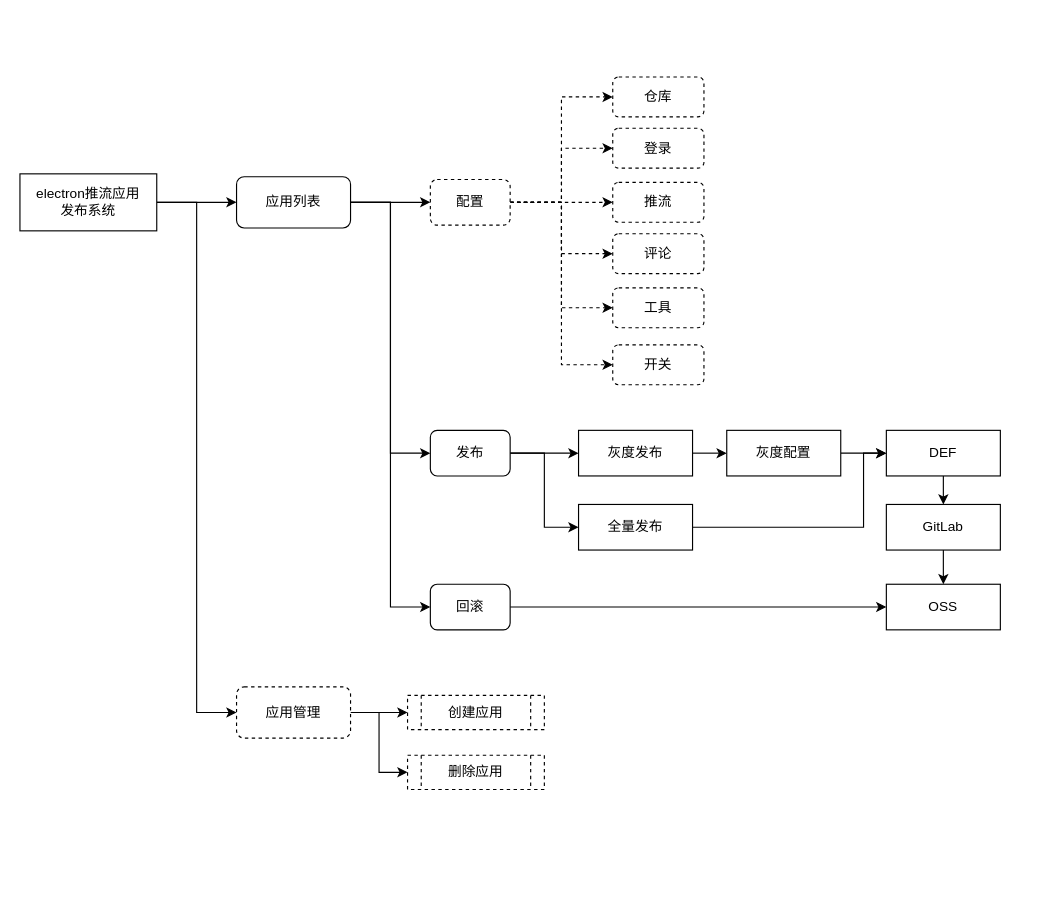
Above: publish.drawio in git-zhanglei/gitskills (draw.io), before the change. Source tidied: cells renumbered, new cells numbered last; positions are measured from the earlier drawing's top-left corner, leaving out a move shared by most shapes. Both pictures are drawn from the tidied source at 114%, with x=0, y=0 at pixel (19, 76).
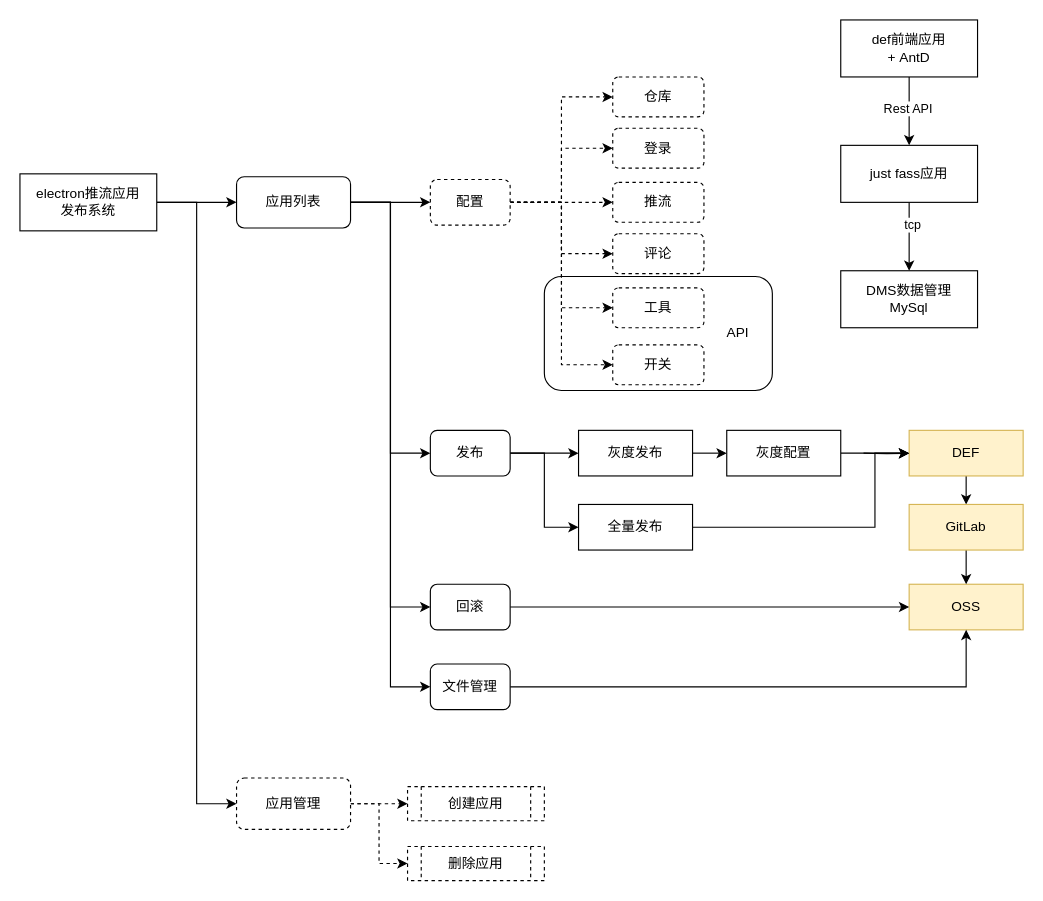
The same page after the edit.

Unchanged cells that the change refers to:
```xml
<mxCell id="29" value="应用列表" style="rounded=1;whiteSpace=wrap;html=1;" parent="1" vertex="1">
  <mxGeometry x="190" y="87.5" width="100" height="45" as="geometry" />
</mxCell>
<mxCell id="40" value="全量发布" style="rounded=0;whiteSpace=wrap;html=1;" parent="1" vertex="1">
  <mxGeometry x="490" y="375" width="100" height="40" as="geometry" />
</mxCell>
<mxCell id="42" value="灰度配置" style="rounded=0;whiteSpace=wrap;html=1;" parent="1" vertex="1">
  <mxGeometry x="620" y="310" width="100" height="40" as="geometry" />
</mxCell>
```

Change to the diagram source:
```diff
@@
+    <mxCell id="43" style="rounded=1;whiteSpace=wrap;html=1;" parent="1" vertex="1">
+      <mxGeometry x="460" y="175" width="200" height="100" as="geometry" />
+    </mxCell>
@@
-    <mxCell id="6" value="DEF" style="rounded=0;whiteSpace=wrap;html=1;" parent="1" vertex="1">
-      <mxGeometry x="760" y="310" width="100" height="40" as="geometry" />
+    <mxCell id="6" value="DEF" style="rounded=0;whiteSpace=wrap;html=1;fillColor=#fff2cc;strokeColor=#d6b656;" parent="1" vertex="1">
+      <mxGeometry x="780" y="310" width="100" height="40" as="geometry" />
     </mxCell>
-    <mxCell id="7" value="OSS" style="rounded=0;whiteSpace=wrap;html=1;" parent="1" vertex="1">
-      <mxGeometry x="760" y="445" width="100" height="40" as="geometry" />
+    <mxCell id="7" value="OSS" style="rounded=0;whiteSpace=wrap;html=1;fillColor=#fff2cc;strokeColor=#d6b656;" parent="1" vertex="1">
+      <mxGeometry x="780" y="445" width="100" height="40" as="geometry" />
     </mxCell>
@@
-    <mxCell id="14" value="GitLab" style="rounded=0;whiteSpace=wrap;html=1;" parent="1" vertex="1">
-      <mxGeometry x="760" y="375" width="100" height="40" as="geometry" />
+    <mxCell id="14" value="GitLab" style="rounded=0;whiteSpace=wrap;html=1;fillColor=#fff2cc;strokeColor=#d6b656;" parent="1" vertex="1">
+      <mxGeometry x="780" y="375" width="100" height="40" as="geometry" />
     </mxCell>
@@
+    <mxCell id="44" style="edgeStyle=orthogonalEdgeStyle;rounded=0;jettySize=auto;html=1;exitX=1;exitY=0.5;exitDx=0;exitDy=0;entryX=0;entryY=0.5;entryDx=0;entryDy=0;" parent="1" edge="1" source="29" target="55">
+      <mxGeometry relative="1" as="geometry" />
+    </mxCell>
@@
-    <mxCell id="30" style="edgeStyle=orthogonalEdgeStyle;rounded=0;jettySize=auto;html=1;" parent="1" edge="1" source="32">
+    <mxCell id="30" style="edgeStyle=orthogonalEdgeStyle;rounded=0;jettySize=auto;html=1;dashed=1;" parent="1" edge="1" source="32">
       <mxGeometry relative="1" as="geometry">
-        <mxPoint x="340" y="557.5" as="targetPoint" />
+        <mxPoint x="340" y="637.5" as="targetPoint" />
       </mxGeometry>
     </mxCell>
-    <mxCell id="31" style="edgeStyle=orthogonalEdgeStyle;rounded=0;jettySize=auto;html=1;exitX=1;exitY=0.5;exitDx=0;exitDy=0;entryX=0;entryY=0.5;entryDx=0;entryDy=0;" parent="1" edge="1" source="32" target="35">
+    <mxCell id="31" style="edgeStyle=orthogonalEdgeStyle;rounded=0;jettySize=auto;html=1;exitX=1;exitY=0.5;exitDx=0;exitDy=0;entryX=0;entryY=0.5;entryDx=0;entryDy=0;dashed=1;" parent="1" edge="1" source="32" target="35">
       <mxGeometry relative="1" as="geometry" />
     </mxCell>
     <mxCell id="32" value="应用管理" style="rounded=1;whiteSpace=wrap;html=1;dashed=1;" parent="1" vertex="1">
-      <mxGeometry x="190" y="535" width="100" height="45" as="geometry" />
+      <mxGeometry x="190" y="615" width="100" height="45" as="geometry" />
     </mxCell>
@@
     <mxCell id="34" value="创建应用" style="shape=process;whiteSpace=wrap;html=1;backgroundOutline=1;dashed=1;" parent="1" vertex="1">
-      <mxGeometry x="340" y="542.5" width="120" height="30" as="geometry" />
+      <mxGeometry x="340" y="622.5" width="120" height="30" as="geometry" />
     </mxCell>
     <mxCell id="35" value="删除应用" style="shape=process;whiteSpace=wrap;html=1;backgroundOutline=1;dashed=1;" parent="1" vertex="1">
-      <mxGeometry x="340" y="595" width="120" height="30" as="geometry" />
+      <mxGeometry x="340" y="675" width="120" height="30" as="geometry" />
     </mxCell>
@@
     <mxCell id="39" style="edgeStyle=orthogonalEdgeStyle;rounded=0;jettySize=auto;html=1;exitX=1;exitY=0.5;exitDx=0;exitDy=0;entryX=0;entryY=0.5;entryDx=0;entryDy=0;" parent="1" edge="1" source="40" target="6">
       <mxGeometry relative="1" as="geometry">
         <Array as="points">
-          <mxPoint x="740" y="395" />
-          <mxPoint x="740" y="330" />
+          <mxPoint x="750" y="395" />
+          <mxPoint x="750" y="330" />
         </Array>
       </mxGeometry>
     </mxCell>
@@
-    <mxCell id="41" style="edgeStyle=orthogonalEdgeStyle;rounded=0;jettySize=auto;html=1;exitX=1;exitY=0.5;exitDx=0;exitDy=0;" parent="1" edge="1" source="42">
+    <mxCell id="41" style="edgeStyle=orthogonalEdgeStyle;rounded=0;orthogonalLoop=1;jettySize=auto;html=1;exitX=1;exitY=0.5;exitDx=0;exitDy=0;" parent="1" edge="1">
       <mxGeometry relative="1" as="geometry">
-        <mxPoint x="760" y="330" as="targetPoint" />
+        <mxPoint x="740" y="330" as="sourcePoint" />
+        <mxPoint x="780" y="330" as="targetPoint" />
       </mxGeometry>
     </mxCell>
+    <mxCell id="45" style="edgeStyle=orthogonalEdgeStyle;rounded=0;jettySize=auto;html=1;exitX=1;exitY=0.5;exitDx=0;exitDy=0;entryX=0;entryY=0.5;entryDx=0;entryDy=0;" parent="1" edge="1" source="42" target="6">
+      <mxGeometry relative="1" as="geometry" />
+    </mxCell>
@@
+    <mxCell id="46" style="edgeStyle=orthogonalEdgeStyle;rounded=0;jettySize=auto;html=1;exitX=0.5;exitY=1;exitDx=0;exitDy=0;" parent="1" edge="1" source="48" target="51">
+      <mxGeometry relative="1" as="geometry" />
+    </mxCell>
+    <mxCell id="47" value="Rest API" style="edgeLabel;html=1;align=center;verticalAlign=middle;" parent="46" vertex="1">
+      <mxGeometry x="-0.1" y="-2" relative="1" as="geometry" />
+    </mxCell>
+    <mxCell id="48" value="def前端应用&lt;br&gt;+ AntD" style="rounded=0;whiteSpace=wrap;html=1;" parent="1" vertex="1">
+      <mxGeometry x="720" y="-50" width="120" height="50" as="geometry" />
+    </mxCell>
+    <mxCell id="49" style="edgeStyle=orthogonalEdgeStyle;rounded=0;jettySize=auto;html=1;exitX=0.5;exitY=1;exitDx=0;exitDy=0;entryX=0.5;entryY=0;entryDx=0;entryDy=0;" parent="1" edge="1" source="51" target="52">
+      <mxGeometry relative="1" as="geometry" />
+    </mxCell>
+    <mxCell id="50" value="tcp" style="edgeLabel;html=1;align=center;verticalAlign=middle;" parent="49" vertex="1">
+      <mxGeometry x="-0.37" y="2" relative="1" as="geometry" />
+    </mxCell>
+    <mxCell id="51" value="just fass应用" style="rounded=0;whiteSpace=wrap;html=1;" parent="1" vertex="1">
+      <mxGeometry x="720" y="60" width="120" height="50" as="geometry" />
+    </mxCell>
+    <mxCell id="52" value="DMS数据管理&lt;br&gt;MySql" style="rounded=0;whiteSpace=wrap;html=1;" parent="1" vertex="1">
+      <mxGeometry x="720" y="170" width="120" height="50" as="geometry" />
+    </mxCell>
+    <mxCell id="53" value="API" style="text;html=1;strokeColor=none;fillColor=none;align=center;verticalAlign=middle;whiteSpace=wrap;rounded=0;" parent="1" vertex="1">
+      <mxGeometry x="610" y="215" width="40" height="20" as="geometry" />
+    </mxCell>
+    <mxCell id="54" style="edgeStyle=orthogonalEdgeStyle;rounded=0;jettySize=auto;html=1;exitX=1;exitY=0.5;exitDx=0;exitDy=0;entryX=0.5;entryY=1;entryDx=0;entryDy=0;" parent="1" edge="1" source="55" target="7">
+      <mxGeometry relative="1" as="geometry" />
+    </mxCell>
+    <mxCell id="55" value="文件管理" style="rounded=1;whiteSpace=wrap;html=1;" parent="1" vertex="1">
+      <mxGeometry x="360" y="515" width="70" height="40" as="geometry" />
+    </mxCell>
```
